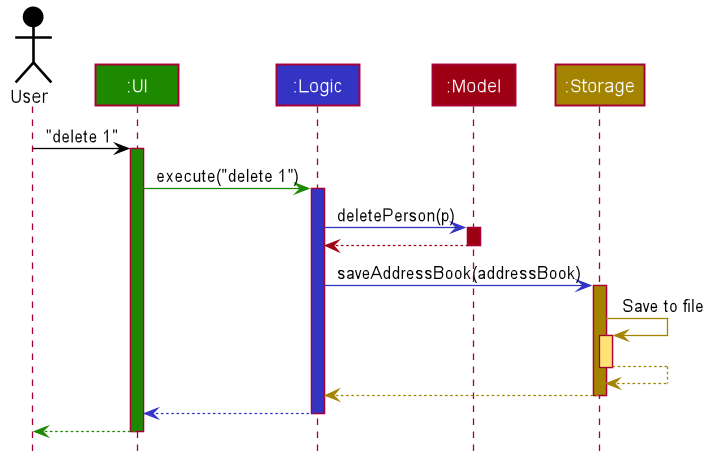
nus-cs2103-AY2223S2/tp keeps this PlantUML diagram as docs/images/ArchitectureSequenceDiagram.png. Above is the earlier version.
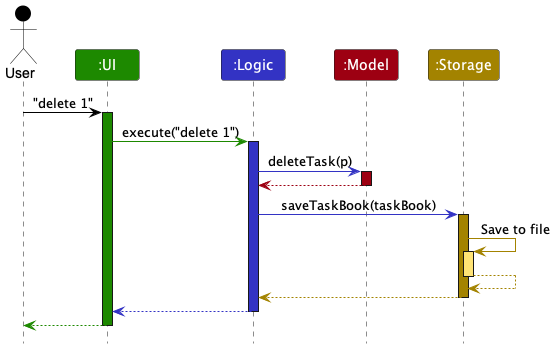
After the commit.

What changed in the source:
```diff
@@ -1,85 +1,38 @@
 @startuml
+!include style.puml
 
+Actor User as user USER_COLOR
+Participant ":UI" as ui UI_COLOR
+Participant ":Logic" as logic LOGIC_COLOR
+Participant ":Model" as model MODEL_COLOR
+Participant ":Storage" as storage STORAGE_COLOR
 
+user -[USER_COLOR]> ui : "delete 1"
+activate ui UI_COLOR
 
+ui -[UI_COLOR]> logic : execute("delete 1")
+activate logic LOGIC_COLOR
 
+logic -[LOGIC_COLOR]> model : deleteTask(p)
+activate model MODEL_COLOR
 
-
-
-
-skinparam BackgroundColor #FFFFFFF
-
-skinparam Shadowing false
-
-skinparam Class {
-    FontColor #FFFFFF
-    BorderThickness 1
-    BorderColor #FFFFFF
-    StereotypeFontColor #FFFFFF
-    FontName Arial
-}
-
-skinparam Actor {
-    BorderColor #000000
-    Color #000000
-    FontName Arial
-}
-
-skinparam Sequence {
-    MessageAlign center
-    BoxFontSize 15
-    BoxPadding 0
-    BoxFontColor #FFFFFF
-    FontName Arial
-}
-
-skinparam Participant {
-    FontColor #FFFFFFF
-    Padding 20
-}
-
-skinparam MinClassWidth 50
-skinparam ParticipantPadding 10
-skinparam Shadowing false
-skinparam DefaultTextAlignment center
-skinparam packageStyle Rectangle
-
-hide footbox
-hide members
-hide circle
-
-Actor User as user #000000
-Participant ":UI" as ui #1D8900
-Participant ":Logic" as logic #3333C4
-Participant ":Model" as model #9D0012
-Participant ":Storage" as storage #A38300
-
-user -[#000000]> ui : "delete 1"
-activate ui #1D8900
-
-ui -[#1D8900]> logic : execute("delete 1")
-activate logic #3333C4
-
-logic -[#3333C4]> model : deletePerson(p)
-activate model #9D0012
-
-model -[#9D0012]-> logic
+model -[MODEL_COLOR]-> logic
 deactivate model
 
-logic -[#3333C4]> storage : saveAddressBook(addressBook)
-activate storage #A38300
+logic -[LOGIC_COLOR]> storage : saveTaskBook(taskBook)
+activate storage STORAGE_COLOR
 
-storage -[#A38300]> storage : Save to file
-activate storage #FFE374
-storage --[#A38300]> storage
+storage -[STORAGE_COLOR]> storage : Save to file
+activate storage STORAGE_COLOR_T1
+storage --[STORAGE_COLOR]> storage
 deactivate storage
 
-storage --[#A38300]> logic
+storage --[STORAGE_COLOR]> logic
 deactivate storage
 
-logic --[#3333C4]> ui
+logic --[LOGIC_COLOR]> ui
 deactivate logic
 
-ui--[#1D8900]> user
+ui--[UI_COLOR]> user
 deactivate ui
 @enduml
```
